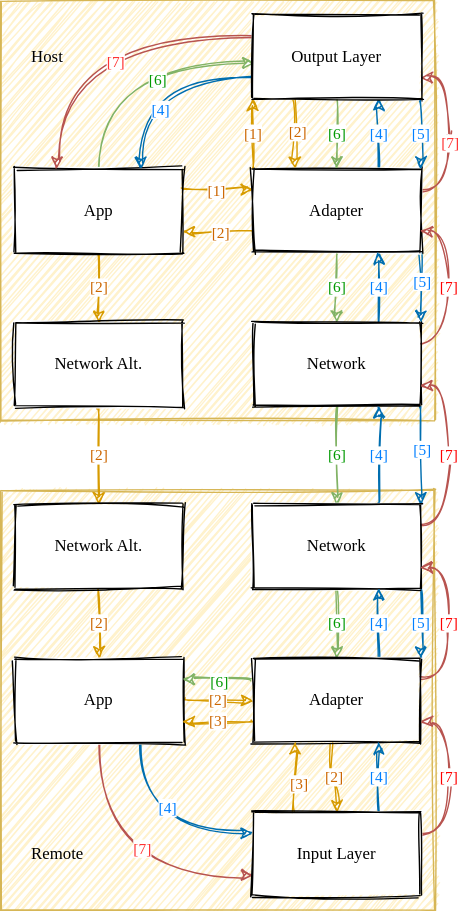
Before: protocol.svg, a diagram exported from draw.io (loreanvictor/observables-over-boundary). Source tidied: cells renumbered, new cells last; positions are measured from the earlier drawing's top-left corner, leaving out a move shared by most shapes.
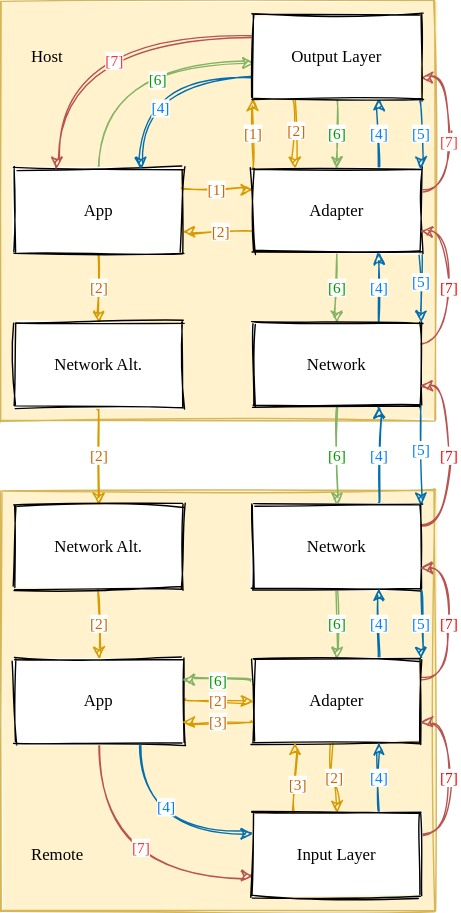
The same diagram one commit later.

What changed in the source:
```diff
@@ -2,10 +2,10 @@
   <root>
     <mxCell id="0" />
     <mxCell id="1" parent="0" />
-    <mxCell id="2" style="whiteSpace=wrap;html=1;sketch=1;fillColor=#fff2cc;strokeColor=#d6b656;fontFamily=Comic Sans MS;" parent="1" vertex="1">
+    <mxCell id="2" style="whiteSpace=wrap;html=1;sketch=1;fillColor=#fff2cc;strokeColor=#d6b656;fontFamily=Comic Sans MS;fillStyle=solid;" parent="1" vertex="1">
       <mxGeometry y="350" width="310" height="300" as="geometry" />
     </mxCell>
-    <mxCell id="3" style="whiteSpace=wrap;html=1;sketch=1;fillColor=#fff2cc;strokeColor=#d6b656;fontFamily=Comic Sans MS;" parent="1" vertex="1">
+    <mxCell id="3" style="whiteSpace=wrap;html=1;sketch=1;fillColor=#fff2cc;strokeColor=#d6b656;fontFamily=Comic Sans MS;fillStyle=solid;" parent="1" vertex="1">
       <mxGeometry width="310" height="300" as="geometry" />
     </mxCell>
     <mxCell id="4" style="edgeStyle=orthogonalEdgeStyle;orthogonalLoop=1;jettySize=auto;html=1;exitX=0.5;exitY=1;exitDx=0;exitDy=0;curved=1;sketch=1;fontFamily=Comic Sans MS;" parent="1" edge="1">
@@ -58,7 +58,7 @@
     <mxCell id="18" style="edgeStyle=orthogonalEdgeStyle;jettySize=auto;html=1;exitX=1;exitY=0.25;exitDx=0;exitDy=0;entryX=1;entryY=0.75;entryDx=0;entryDy=0;curved=1;sketch=1;fontFamily=Comic Sans MS;fillColor=#f8cecc;strokeColor=#b85450;fontColor=#FF0000;" parent="1" edge="1" source="20" target="29">
       <mxGeometry relative="1" as="geometry" />
     </mxCell>
-    <mxCell id="19" value="[7]" style="edgeLabel;html=1;align=center;verticalAlign=middle;sketch=1;fontFamily=Comic Sans MS;fontColor=#FF3333;" parent="18" vertex="1">
+    <mxCell id="19" value="[7]" style="edgeLabel;html=1;align=center;verticalAlign=middle;sketch=1;fontFamily=Comic Sans MS;fontColor=#FF3333;labelBackgroundColor=#ffffff;" parent="18" vertex="1">
       <mxGeometry x="-0.09" relative="1" as="geometry" />
     </mxCell>
     <mxCell id="20" value="Adapter" style="whiteSpace=wrap;html=1;sketch=1;fontFamily=Comic Sans MS;" parent="1" vertex="1">
```
